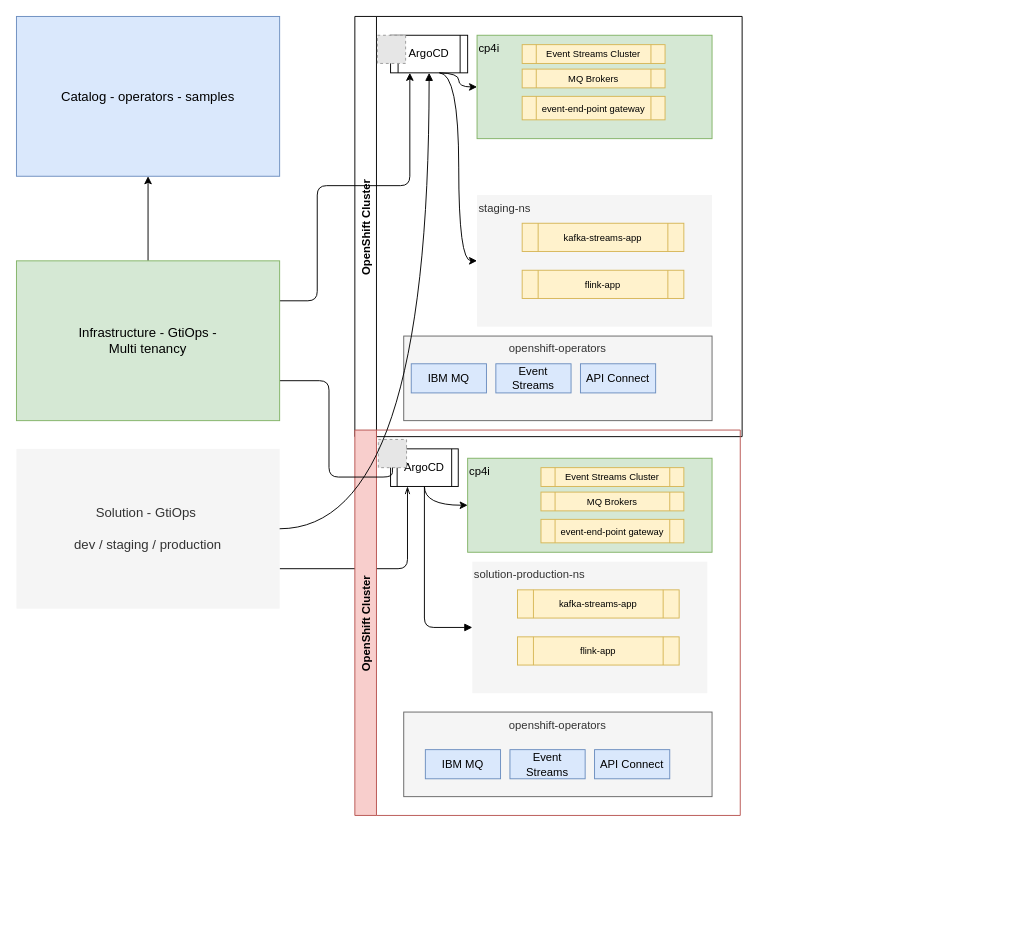
Above: docs/diagrams/gitops-multi-tenants.drawio in ibm-cloud-architecture/eda-rt-inventory-gitops (draw.io), before the change. Source tidied: cells renumbered, new cells numbered last; positions are measured from the earlier drawing's top-left corner, leaving out a move shared by most shapes. Both pictures are drawn from the tidied source at 94%, with x=0, y=0 at pixel (16, 16). Pictures stored in the file or linked from it are replaced by grey dashed boxes.
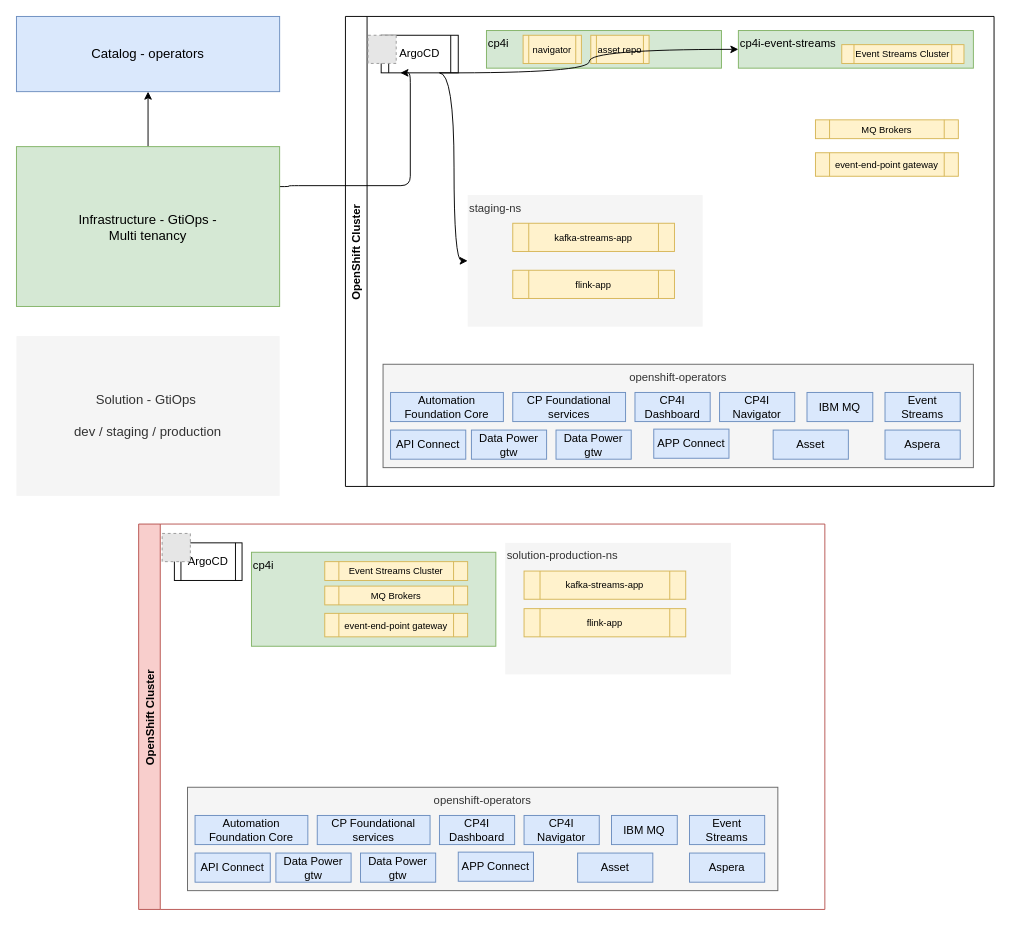
The same page after the edit.

Unchanged cells that the change refers to:
```xml
<mxCell id="7" value="ArgoCD" style="shape=process;whiteSpace=wrap;html=1;backgroundOutline=1;" parent="6" vertex="1">
  <mxGeometry x="38" y="20" width="82" height="40" as="geometry" />
</mxCell>
<mxCell id="22" value="ArgoCD" style="shape=process;whiteSpace=wrap;html=1;backgroundOutline=1;" parent="20" vertex="1">
  <mxGeometry x="38" y="20" width="72" height="40" as="geometry" />
</mxCell>
<mxCell id="23" value="cp4i" style="rounded=0;whiteSpace=wrap;html=1;fillColor=#d5e8d4;strokeColor=#82b366;verticalAlign=top;align=left;" parent="20" vertex="1">
  <mxGeometry x="120" y="30" width="260" height="100" as="geometry" />
</mxCell>
<mxCell id="24" style="fillColor=#E6E6E6;strokeColor=#999999;dashed=1;verticalLabelPosition=bottom;labelBackgroundColor=#ffffff;verticalAlign=top;" parent="20" vertex="1">
  <mxGeometry x="25" y="10" width="30" height="30" as="geometry" />
</mxCell>
```

Change to the diagram source:
```diff
@@
-    <mxCell id="2" value="Catalog - operators - samples" style="rounded=0;whiteSpace=wrap;html=1;align=center;fillColor=#dae8fc;strokeColor=#6c8ebf;fontSize=14;" parent="1" vertex="1">
-      <mxGeometry width="280" height="170" as="geometry" />
+    <mxCell id="2" value="Catalog - operators" style="rounded=0;whiteSpace=wrap;html=1;align=center;fillColor=#dae8fc;strokeColor=#6c8ebf;fontSize=14;" parent="1" vertex="1">
+      <mxGeometry width="280" height="80" as="geometry" />
     </mxCell>
@@
-    <mxCell id="4" style="edgeStyle=orthogonalEdgeStyle;html=1;exitX=1;exitY=0.75;exitDx=0;exitDy=0;entryX=0.25;entryY=1;entryDx=0;entryDy=0;startArrow=none;startFill=0;endArrow=openThin;endFill=0;" parent="1" edge="1" source="5" target="22">
-      <mxGeometry relative="1" as="geometry" />
-    </mxCell>
     <mxCell id="5" value="Solution - GtiOps&amp;nbsp;&lt;br style=&quot;font-size: 14px;&quot;&gt;&lt;br style=&quot;font-size: 14px;&quot;&gt;dev / staging / production" style="rounded=0;whiteSpace=wrap;html=1;align=center;fillColor=#f5f5f5;strokeColor=none;fontSize=14;fontColor=#333333;" parent="1" vertex="1">
-      <mxGeometry y="460" width="280" height="170" as="geometry" />
+      <mxGeometry y="340" width="280" height="170" as="geometry" />
     </mxCell>
     <mxCell id="6" value="OpenShift Cluster" style="swimlane;horizontal=0;" parent="1" vertex="1">
-      <mxGeometry x="360" width="412" height="447" as="geometry" />
+      <mxGeometry x="350" width="690" height="500" as="geometry" />
     </mxCell>
@@
-    <mxCell id="8" value="cp4i" style="rounded=0;whiteSpace=wrap;html=1;fillColor=#d5e8d4;strokeColor=#82b366;align=left;verticalAlign=top;" parent="6" vertex="1">
-      <mxGeometry x="130" y="20" width="250" height="110" as="geometry" />
-    </mxCell>
@@
-    <mxCell id="10" value="Event Streams Cluster" style="shape=process;whiteSpace=wrap;html=1;backgroundOutline=1;fontSize=10;fillColor=#fff2cc;strokeColor=#d6b656;" parent="6" vertex="1">
-      <mxGeometry x="178" y="30" width="152" height="20" as="geometry" />
-    </mxCell>
     <mxCell id="11" value="MQ Brokers" style="shape=process;whiteSpace=wrap;html=1;backgroundOutline=1;fontSize=10;fillColor=#fff2cc;strokeColor=#d6b656;" parent="6" vertex="1">
-      <mxGeometry x="178" y="56" width="152" height="20" as="geometry" />
+      <mxGeometry x="500" y="110" width="152" height="20" as="geometry" />
     </mxCell>
@@
+    <mxCell id="17" value="event-end-point gateway" style="shape=process;whiteSpace=wrap;html=1;backgroundOutline=1;fontSize=10;fillColor=#fff2cc;strokeColor=#d6b656;" parent="6" vertex="1">
+      <mxGeometry x="500" y="145" width="152" height="25" as="geometry" />
+    </mxCell>
+    <mxCell id="18" value="kafka-streams-app" style="shape=process;whiteSpace=wrap;html=1;backgroundOutline=1;fontSize=10;fillColor=#fff2cc;strokeColor=#d6b656;" parent="6" vertex="1">
+      <mxGeometry x="178" y="220" width="172" height="30" as="geometry" />
+    </mxCell>
+    <mxCell id="19" value="flink-app" style="shape=process;whiteSpace=wrap;html=1;backgroundOutline=1;fontSize=10;fillColor=#fff2cc;strokeColor=#d6b656;" parent="6" vertex="1">
+      <mxGeometry x="178" y="270" width="172" height="30" as="geometry" />
+    </mxCell>
+    <mxCell id="42" value="cp4i" style="rounded=0;whiteSpace=wrap;html=1;fillColor=#d5e8d4;strokeColor=#82b366;align=left;verticalAlign=top;" parent="6" vertex="1">
+      <mxGeometry x="150" y="15" width="250" height="40" as="geometry" />
+    </mxCell>
+    <mxCell id="43" value="navigator" style="shape=process;whiteSpace=wrap;html=1;backgroundOutline=1;fontSize=10;fillColor=#fff2cc;strokeColor=#d6b656;" parent="6" vertex="1">
+      <mxGeometry x="189" y="20" width="62" height="30" as="geometry" />
+    </mxCell>
+    <mxCell id="44" value="asset repo" style="shape=process;whiteSpace=wrap;html=1;backgroundOutline=1;fontSize=10;fillColor=#fff2cc;strokeColor=#d6b656;" parent="6" vertex="1">
+      <mxGeometry x="261" y="20" width="62" height="30" as="geometry" />
+    </mxCell>
+    <mxCell id="45" style="group;" parent="6" vertex="1">
+      <mxGeometry x="40" y="370" width="628" height="110" as="geometry" />
+    </mxCell>
-    <mxCell id="13" value="openshift-operators" style="rounded=0;whiteSpace=wrap;html=1;fillColor=#f5f5f5;fontColor=#333333;strokeColor=#666666;verticalAlign=top;" parent="6" vertex="1">
-      <mxGeometry x="52" y="340" width="328" height="90" as="geometry" />
+    <mxCell id="13" value="openshift-operators" style="rounded=0;whiteSpace=wrap;html=1;fillColor=#f5f5f5;fontColor=#333333;strokeColor=#666666;verticalAlign=top;" parent="45" vertex="1">
+      <mxGeometry width="628" height="110" as="geometry" />
     </mxCell>
-    <mxCell id="14" value="IBM MQ" style="rounded=0;whiteSpace=wrap;html=1;fillColor=#dae8fc;strokeColor=#6c8ebf;" parent="6" vertex="1">
-      <mxGeometry x="60" y="369.5" width="80" height="31" as="geometry" />
+    <mxCell id="14" value="IBM MQ" style="rounded=0;whiteSpace=wrap;html=1;fillColor=#dae8fc;strokeColor=#6c8ebf;" parent="45" vertex="1">
+      <mxGeometry x="451" y="30" width="70" height="31" as="geometry" />
     </mxCell>
-    <mxCell id="15" value="Event Streams" style="rounded=0;whiteSpace=wrap;html=1;fillColor=#dae8fc;strokeColor=#6c8ebf;" parent="6" vertex="1">
-      <mxGeometry x="150" y="369.5" width="80" height="31" as="geometry" />
+    <mxCell id="15" value="Event Streams" style="rounded=0;whiteSpace=wrap;html=1;fillColor=#dae8fc;strokeColor=#6c8ebf;" parent="45" vertex="1">
+      <mxGeometry x="534" y="30" width="80" height="31" as="geometry" />
     </mxCell>
-    <mxCell id="16" value="API Connect" style="rounded=0;whiteSpace=wrap;html=1;fillColor=#dae8fc;strokeColor=#6c8ebf;" parent="6" vertex="1">
-      <mxGeometry x="240" y="369.5" width="80" height="31" as="geometry" />
+    <mxCell id="16" value="API Connect" style="rounded=0;whiteSpace=wrap;html=1;fillColor=#dae8fc;strokeColor=#6c8ebf;" parent="45" vertex="1">
+      <mxGeometry x="8" y="70" width="80" height="31" as="geometry" />
     </mxCell>
-    <mxCell id="17" value="event-end-point gateway" style="shape=process;whiteSpace=wrap;html=1;backgroundOutline=1;fontSize=10;fillColor=#fff2cc;strokeColor=#d6b656;" parent="6" vertex="1">
-      <mxGeometry x="178" y="85" width="152" height="25" as="geometry" />
-    </mxCell>
-    <mxCell id="18" value="kafka-streams-app" style="shape=process;whiteSpace=wrap;html=1;backgroundOutline=1;fontSize=10;fillColor=#fff2cc;strokeColor=#d6b656;" parent="6" vertex="1">
-      <mxGeometry x="178" y="220" width="172" height="30" as="geometry" />
-    </mxCell>
-    <mxCell id="19" value="flink-app" style="shape=process;whiteSpace=wrap;html=1;backgroundOutline=1;fontSize=10;fillColor=#fff2cc;strokeColor=#d6b656;" parent="6" vertex="1">
-      <mxGeometry x="178" y="270" width="172" height="30" as="geometry" />
-    </mxCell>
+    <mxCell id="46" value="APP Connect" style="rounded=0;whiteSpace=wrap;html=1;fillColor=#dae8fc;strokeColor=#6c8ebf;" parent="45" vertex="1">
+      <mxGeometry x="288" y="69" width="80" height="31" as="geometry" />
+    </mxCell>
+    <mxCell id="47" value="Data Power gtw" style="rounded=0;whiteSpace=wrap;html=1;fillColor=#dae8fc;strokeColor=#6c8ebf;" parent="45" vertex="1">
+      <mxGeometry x="94" y="70" width="80" height="31" as="geometry" />
+    </mxCell>
+    <mxCell id="48" value="Data Power gtw" style="rounded=0;whiteSpace=wrap;html=1;fillColor=#dae8fc;strokeColor=#6c8ebf;" parent="45" vertex="1">
+      <mxGeometry x="184" y="70" width="80" height="31" as="geometry" />
+    </mxCell>
+    <mxCell id="49" value="Aspera" style="rounded=0;whiteSpace=wrap;html=1;fillColor=#dae8fc;strokeColor=#6c8ebf;" parent="45" vertex="1">
+      <mxGeometry x="534" y="70" width="80" height="31" as="geometry" />
+    </mxCell>
+    <mxCell id="50" value="Automation Foundation Core" style="rounded=0;whiteSpace=wrap;html=1;fillColor=#dae8fc;strokeColor=#6c8ebf;" parent="45" vertex="1">
+      <mxGeometry x="8" y="30" width="120" height="31" as="geometry" />
+    </mxCell>
+    <mxCell id="51" value="CP Foundational services" style="rounded=0;whiteSpace=wrap;html=1;fillColor=#dae8fc;strokeColor=#6c8ebf;" parent="45" vertex="1">
+      <mxGeometry x="138" y="30" width="120" height="31" as="geometry" />
+    </mxCell>
+    <mxCell id="52" value="Asset" style="rounded=0;whiteSpace=wrap;html=1;fillColor=#dae8fc;strokeColor=#6c8ebf;" parent="45" vertex="1">
+      <mxGeometry x="415" y="70" width="80" height="31" as="geometry" />
+    </mxCell>
+    <mxCell id="53" value="CP4I Dashboard" style="rounded=0;whiteSpace=wrap;html=1;fillColor=#dae8fc;strokeColor=#6c8ebf;" parent="45" vertex="1">
+      <mxGeometry x="268" y="30" width="80" height="31" as="geometry" />
+    </mxCell>
+    <mxCell id="54" value="CP4I Navigator" style="rounded=0;whiteSpace=wrap;html=1;fillColor=#dae8fc;strokeColor=#6c8ebf;" parent="45" vertex="1">
+      <mxGeometry x="358" y="30" width="80" height="31" as="geometry" />
+    </mxCell>
+    <mxCell id="55" style="group;" parent="6" vertex="1">
+      <mxGeometry x="418" y="15" width="250" height="40" as="geometry" />
+    </mxCell>
+    <mxCell id="8" value="cp4i-event-streams" style="rounded=0;whiteSpace=wrap;html=1;fillColor=#d5e8d4;strokeColor=#82b366;align=left;verticalAlign=top;" parent="55" vertex="1">
+      <mxGeometry width="250" height="40" as="geometry" />
+    </mxCell>
+    <mxCell id="10" value="Event Streams Cluster" style="shape=process;whiteSpace=wrap;html=1;backgroundOutline=1;fontSize=10;fillColor=#fff2cc;strokeColor=#d6b656;" parent="55" vertex="1">
+      <mxGeometry x="110" y="15" width="130" height="20" as="geometry" />
+    </mxCell>
     <mxCell id="20" value="OpenShift Cluster" style="swimlane;horizontal=0;fillColor=#f8cecc;strokeColor=#b85450;" parent="1" vertex="1">
-      <mxGeometry x="360" y="440" width="410" height="410" as="geometry" />
+      <mxGeometry x="130" y="540" width="730" height="410" as="geometry" />
     </mxCell>
-    <mxCell id="21" style="edgeStyle=orthogonalEdgeStyle;html=1;entryX=0;entryY=0.5;entryDx=0;entryDy=0;startArrow=none;startFill=0;endArrow=block;endFill=1;exitX=0.5;exitY=1;exitDx=0;exitDy=0;" parent="20" edge="1" source="22" target="33">
-      <mxGeometry relative="1" as="geometry" />
-    </mxCell>
@@
-    <mxCell id="25" style="edgeStyle=orthogonalEdgeStyle;html=1;entryX=0;entryY=0.5;entryDx=0;entryDy=0;fontSize=10;curved=1;exitX=0.5;exitY=1;exitDx=0;exitDy=0;" parent="20" edge="1" source="22" target="23">
-      <mxGeometry relative="1" as="geometry" />
-    </mxCell>
-    <mxCell id="26" value="openshift-operators" style="rounded=0;whiteSpace=wrap;html=1;fillColor=#f5f5f5;fontColor=#333333;strokeColor=#666666;verticalAlign=top;" parent="20" vertex="1">
-      <mxGeometry x="52" y="300" width="328" height="90" as="geometry" />
-    </mxCell>
@@
+    <mxCell id="33" value="solution-production-ns" style="rounded=0;whiteSpace=wrap;html=1;fillColor=#f5f5f5;fontColor=#333333;strokeColor=none;verticalAlign=top;align=left;" parent="20" vertex="1">
+      <mxGeometry x="390" y="20" width="240" height="140" as="geometry" />
+    </mxCell>
+    <mxCell id="34" value="kafka-streams-app" style="shape=process;whiteSpace=wrap;html=1;backgroundOutline=1;fontSize=10;fillColor=#fff2cc;strokeColor=#d6b656;" parent="20" vertex="1">
+      <mxGeometry x="410" y="50" width="172" height="30" as="geometry" />
+    </mxCell>
+    <mxCell id="35" value="flink-app" style="shape=process;whiteSpace=wrap;html=1;backgroundOutline=1;fontSize=10;fillColor=#fff2cc;strokeColor=#d6b656;" parent="20" vertex="1">
+      <mxGeometry x="410" y="90" width="172" height="30" as="geometry" />
+    </mxCell>
+    <mxCell id="56" style="group;" parent="20" vertex="1">
+      <mxGeometry x="52" y="280" width="628" height="110" as="geometry" />
+    </mxCell>
+    <mxCell id="26" value="openshift-operators" style="rounded=0;whiteSpace=wrap;html=1;fillColor=#f5f5f5;fontColor=#333333;strokeColor=#666666;verticalAlign=top;" parent="56" vertex="1">
+      <mxGeometry width="628" height="110" as="geometry" />
+    </mxCell>
-    <mxCell id="30" value="IBM MQ" style="rounded=0;whiteSpace=wrap;html=1;fillColor=#dae8fc;strokeColor=#6c8ebf;" parent="20" vertex="1">
-      <mxGeometry x="75" y="340" width="80" height="31" as="geometry" />
+    <mxCell id="30" value="IBM MQ" style="rounded=0;whiteSpace=wrap;html=1;fillColor=#dae8fc;strokeColor=#6c8ebf;" parent="56" vertex="1">
+      <mxGeometry x="451" y="30" width="70" height="31" as="geometry" />
     </mxCell>
-    <mxCell id="31" value="Event Streams" style="rounded=0;whiteSpace=wrap;html=1;fillColor=#dae8fc;strokeColor=#6c8ebf;" parent="20" vertex="1">
-      <mxGeometry x="165" y="340" width="80" height="31" as="geometry" />
+    <mxCell id="31" value="Event Streams" style="rounded=0;whiteSpace=wrap;html=1;fillColor=#dae8fc;strokeColor=#6c8ebf;" parent="56" vertex="1">
+      <mxGeometry x="534" y="30" width="80" height="31" as="geometry" />
     </mxCell>
-    <mxCell id="32" value="API Connect" style="rounded=0;whiteSpace=wrap;html=1;fillColor=#dae8fc;strokeColor=#6c8ebf;" parent="20" vertex="1">
-      <mxGeometry x="255" y="340" width="80" height="31" as="geometry" />
+    <mxCell id="32" value="API Connect" style="rounded=0;whiteSpace=wrap;html=1;fillColor=#dae8fc;strokeColor=#6c8ebf;" parent="56" vertex="1">
+      <mxGeometry x="8" y="70" width="80" height="31" as="geometry" />
     </mxCell>
-    <mxCell id="33" value="solution-production-ns" style="rounded=0;whiteSpace=wrap;html=1;fillColor=#f5f5f5;fontColor=#333333;strokeColor=none;verticalAlign=top;align=left;" parent="20" vertex="1">
-      <mxGeometry x="125" y="140" width="250" height="140" as="geometry" />
-    </mxCell>
-    <mxCell id="34" value="kafka-streams-app" style="shape=process;whiteSpace=wrap;html=1;backgroundOutline=1;fontSize=10;fillColor=#fff2cc;strokeColor=#d6b656;" parent="20" vertex="1">
-      <mxGeometry x="173" y="170" width="172" height="30" as="geometry" />
-    </mxCell>
-    <mxCell id="35" value="flink-app" style="shape=process;whiteSpace=wrap;html=1;backgroundOutline=1;fontSize=10;fillColor=#fff2cc;strokeColor=#d6b656;" parent="20" vertex="1">
-      <mxGeometry x="173" y="220" width="172" height="30" as="geometry" />
-    </mxCell>
-    <mxCell id="36" style="edgeStyle=orthogonalEdgeStyle;html=1;entryX=1;entryY=0.5;entryDx=0;entryDy=0;fontSize=10;curved=1;exitX=0.5;exitY=1;exitDx=0;exitDy=0;startArrow=block;startFill=1;endArrow=none;endFill=0;" parent="1" edge="1" source="7" target="5">
-      <mxGeometry relative="1" as="geometry" />
-    </mxCell>
+    <mxCell id="57" value="APP Connect" style="rounded=0;whiteSpace=wrap;html=1;fillColor=#dae8fc;strokeColor=#6c8ebf;" parent="56" vertex="1">
+      <mxGeometry x="288" y="69" width="80" height="31" as="geometry" />
+    </mxCell>
+    <mxCell id="58" value="Data Power gtw" style="rounded=0;whiteSpace=wrap;html=1;fillColor=#dae8fc;strokeColor=#6c8ebf;" parent="56" vertex="1">
+      <mxGeometry x="94" y="70" width="80" height="31" as="geometry" />
+    </mxCell>
+    <mxCell id="59" value="Data Power gtw" style="rounded=0;whiteSpace=wrap;html=1;fillColor=#dae8fc;strokeColor=#6c8ebf;" parent="56" vertex="1">
+      <mxGeometry x="184" y="70" width="80" height="31" as="geometry" />
+    </mxCell>
+    <mxCell id="60" value="Aspera" style="rounded=0;whiteSpace=wrap;html=1;fillColor=#dae8fc;strokeColor=#6c8ebf;" parent="56" vertex="1">
+      <mxGeometry x="534" y="70" width="80" height="31" as="geometry" />
+    </mxCell>
+    <mxCell id="61" value="Automation Foundation Core" style="rounded=0;whiteSpace=wrap;html=1;fillColor=#dae8fc;strokeColor=#6c8ebf;" parent="56" vertex="1">
+      <mxGeometry x="8" y="30" width="120" height="31" as="geometry" />
+    </mxCell>
+    <mxCell id="62" value="CP Foundational services" style="rounded=0;whiteSpace=wrap;html=1;fillColor=#dae8fc;strokeColor=#6c8ebf;" parent="56" vertex="1">
+      <mxGeometry x="138" y="30" width="120" height="31" as="geometry" />
+    </mxCell>
+    <mxCell id="63" value="Asset" style="rounded=0;whiteSpace=wrap;html=1;fillColor=#dae8fc;strokeColor=#6c8ebf;" parent="56" vertex="1">
+      <mxGeometry x="415" y="70" width="80" height="31" as="geometry" />
+    </mxCell>
+    <mxCell id="64" value="CP4I Dashboard" style="rounded=0;whiteSpace=wrap;html=1;fillColor=#dae8fc;strokeColor=#6c8ebf;" parent="56" vertex="1">
+      <mxGeometry x="268" y="30" width="80" height="31" as="geometry" />
+    </mxCell>
+    <mxCell id="65" value="CP4I Navigator" style="rounded=0;whiteSpace=wrap;html=1;fillColor=#dae8fc;strokeColor=#6c8ebf;" parent="56" vertex="1">
+      <mxGeometry x="358" y="30" width="80" height="31" as="geometry" />
+    </mxCell>
@@
     <mxCell id="39" style="edgeStyle=orthogonalEdgeStyle;html=1;entryX=0.25;entryY=1;entryDx=0;entryDy=0;exitX=1;exitY=0.25;exitDx=0;exitDy=0;" parent="1" edge="1" source="41" target="7">
       <mxGeometry relative="1" as="geometry">
         <Array as="points">
-          <mxPoint x="320" y="303" />
-          <mxPoint x="320" y="180" />
+          <mxPoint x="290" y="181" />
+          <mxPoint x="290" y="180" />
           <mxPoint x="419" y="180" />
         </Array>
       </mxGeometry>
     </mxCell>
-    <mxCell id="40" style="edgeStyle=orthogonalEdgeStyle;html=1;exitX=1;exitY=0.75;exitDx=0;exitDy=0;entryX=0.5;entryY=1;entryDx=0;entryDy=0;startArrow=none;startFill=0;endArrow=none;endFill=0;" parent="1" edge="1" source="41" target="24">
-      <mxGeometry relative="1" as="geometry" />
-    </mxCell>
     <mxCell id="41" value="Infrastructure - GtiOps - &lt;br&gt;Multi tenancy" style="rounded=0;whiteSpace=wrap;html=1;align=center;fillColor=#d5e8d4;strokeColor=#82b366;fontSize=14;" parent="1" vertex="1">
-      <mxGeometry y="260" width="280" height="170" as="geometry" />
+      <mxGeometry y="138.5" width="280" height="170" as="geometry" />
     </mxCell>
```
